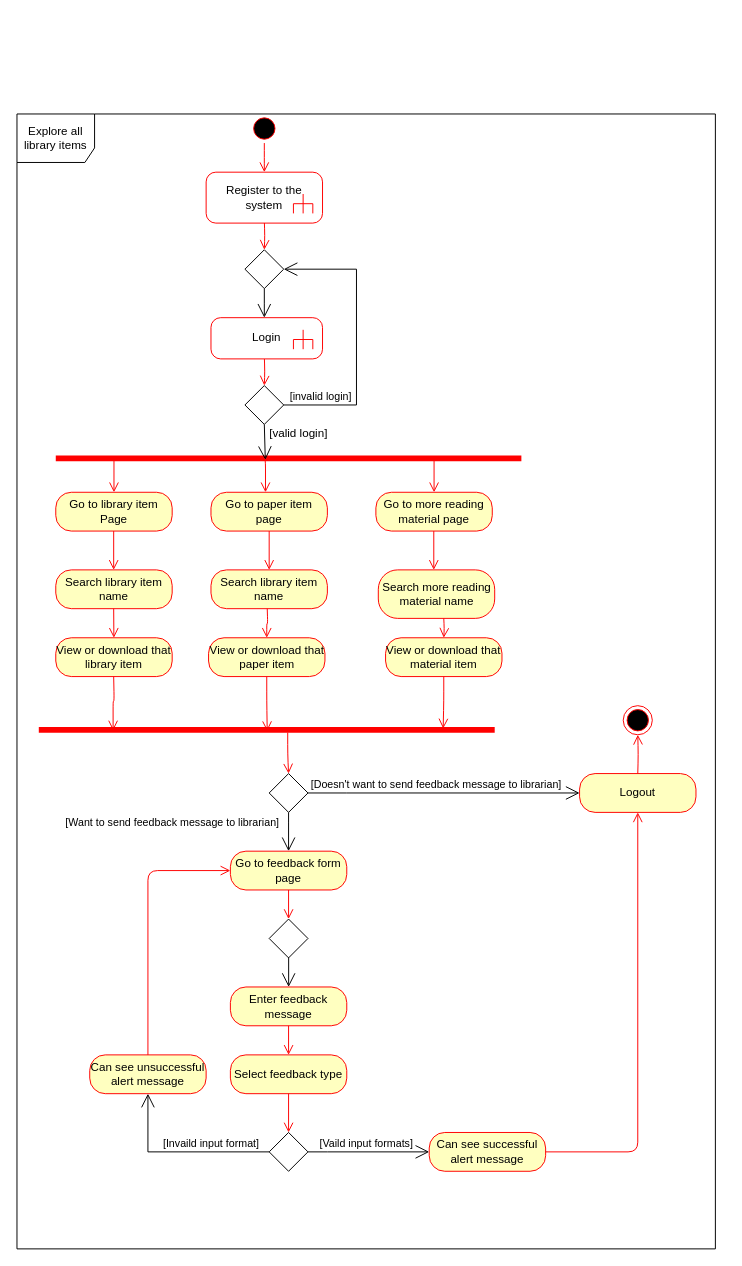
YuchiraJA/ITP-Project-Diagrams keeps this draw.io diagram as Activity Diagram - View Library items(Student).drawio. Above is the earlier version. Source tidied: cells renumbered, new cells numbered last; positions are measured from the earlier drawing's top-left corner, leaving out a move shared by most shapes. Both pictures are drawn from the tidied source at 97%, with x=0, y=0 at pixel (16, 113).
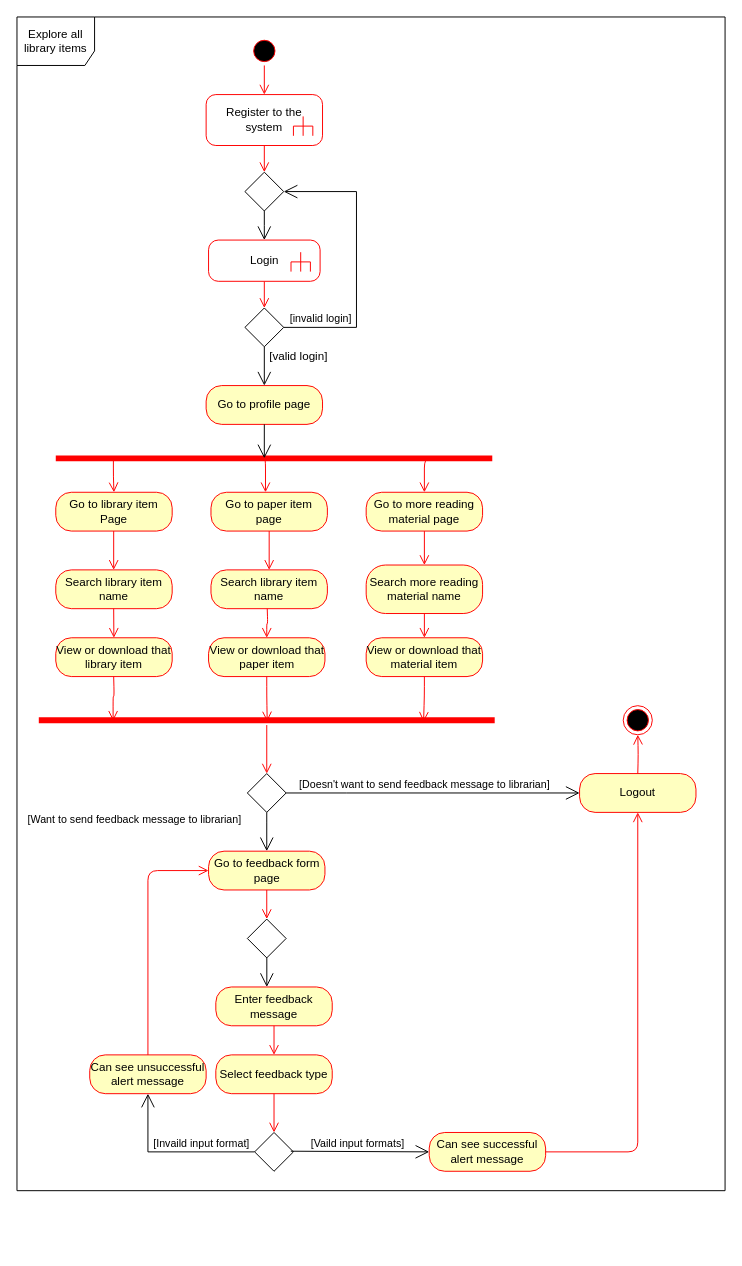
The same page after the edit.

The change refers to these unchanged cells:
```xml
<mxCell id="47" value="Can see successful alert message" style="rounded=1;whiteSpace=wrap;html=1;arcSize=40;fontColor=#000000;fillColor=#ffffc0;strokeColor=#ff0000;" parent="1" vertex="1">
  <mxGeometry x="425" y="1050" width="120" height="40" as="geometry" />
</mxCell>
<mxCell id="51" value="Go to library item Page" style="rounded=1;whiteSpace=wrap;html=1;arcSize=40;fontColor=#000000;fillColor=#ffffc0;strokeColor=#ff0000;" parent="1" vertex="1">
  <mxGeometry x="40" y="390" width="120" height="40" as="geometry" />
</mxCell>
```

Diff of the diagram source:
```diff
@@
     <mxCell id="2" style="ellipse;html=1;shape=startState;fillColor=#000000;strokeColor=#ff0000;" parent="1" vertex="1">
-      <mxGeometry x="240" width="30" height="30" as="geometry" />
+      <mxGeometry x="240" y="-80" width="30" height="30" as="geometry" />
     </mxCell>
-    <mxCell id="3" style="edgeStyle=orthogonalEdgeStyle;html=1;verticalAlign=bottom;endArrow=open;endSize=8;strokeColor=#ff0000;" parent="1" edge="1" source="2">
-      <mxGeometry relative="1" as="geometry">
-        <mxPoint x="255" y="60" as="targetPoint" />
-      </mxGeometry>
+    <mxCell id="3" style="edgeStyle=orthogonalEdgeStyle;html=1;verticalAlign=bottom;endArrow=open;endSize=8;strokeColor=#ff0000;" parent="1" edge="1" source="2" target="49">
+      <mxGeometry relative="1" as="geometry" />
     </mxCell>
-    <mxCell id="4" style="edgeStyle=orthogonalEdgeStyle;html=1;verticalAlign=bottom;endArrow=open;endSize=8;strokeColor=#ff0000;entryX=0.5;entryY=0;entryDx=0;entryDy=0;" parent="1" edge="1" target="6">
-      <mxGeometry relative="1" as="geometry">
-        <mxPoint x="255" y="110" as="sourcePoint" />
-      </mxGeometry>
+    <mxCell id="4" style="edgeStyle=orthogonalEdgeStyle;html=1;verticalAlign=bottom;endArrow=open;endSize=8;strokeColor=#ff0000;exitX=0.5;exitY=1;exitDx=0;exitDy=0;exitPerimeter=0;entryX=0.5;entryY=0;entryDx=0;entryDy=0;" parent="1" edge="1" source="49" target="6">
+      <mxGeometry relative="1" as="geometry" />
     </mxCell>
-    <mxCell id="5" style="edgeStyle=orthogonalEdgeStyle;html=1;verticalAlign=bottom;endArrow=open;endSize=8;strokeColor=#ff0000;exitX=0.5;exitY=1;exitDx=0;exitDy=0;entryX=0.5;entryY=0;entryDx=0;entryDy=0;" parent="1" edge="1" target="8">
-      <mxGeometry relative="1" as="geometry">
-        <mxPoint x="255" y="250" as="sourcePoint" />
-      </mxGeometry>
+    <mxCell id="5" style="edgeStyle=orthogonalEdgeStyle;html=1;verticalAlign=bottom;endArrow=open;endSize=8;strokeColor=#ff0000;exitX=0.5;exitY=1;exitDx=0;exitDy=0;exitPerimeter=0;entryX=0.5;entryY=0;entryDx=0;entryDy=0;" parent="1" edge="1" source="50" target="8">
+      <mxGeometry relative="1" as="geometry" />
     </mxCell>
     <mxCell id="6" style="shape=rhombus;html=1;verticalLabelPosition=bottom;verticalAlignment=top;" parent="1" vertex="1">
-      <mxGeometry x="235" y="140" width="40" height="40" as="geometry" />
+      <mxGeometry x="235" y="60" width="40" height="40" as="geometry" />
     </mxCell>
-    <mxCell id="7" style="edgeStyle=elbowEdgeStyle;html=1;elbow=vertical;verticalAlign=bottom;endArrow=open;rounded=0;labelBackgroundColor=none;endSize=12;exitX=0.5;exitY=1;exitDx=0;exitDy=0;entryX=0.5;entryY=0;entryDx=0;entryDy=0;" parent="1" edge="1" source="6">
-      <mxGeometry x="-0.01" y="15" relative="1" as="geometry">
-        <mxPoint x="255" y="210" as="targetPoint" />
-      </mxGeometry>
+    <mxCell id="7" style="edgeStyle=elbowEdgeStyle;html=1;elbow=vertical;verticalAlign=bottom;endArrow=open;rounded=0;labelBackgroundColor=none;endSize=12;exitX=0.5;exitY=1;exitDx=0;exitDy=0;" parent="1" edge="1" source="6" target="50">
+      <mxGeometry x="-0.01" y="15" relative="1" as="geometry" />
     </mxCell>
     <mxCell id="8" style="shape=rhombus;html=1;verticalLabelPosition=bottom;verticalAlignment=top;" parent="1" vertex="1">
-      <mxGeometry x="235" y="280" width="40" height="40" as="geometry" />
+      <mxGeometry x="235" y="200" width="40" height="40" as="geometry" />
     </mxCell>
@@
     <mxCell id="10" style="shape=line;html=1;strokeWidth=6;strokeColor=#ff0000;" parent="1" vertex="1">
-      <mxGeometry x="40" y="350" width="480" height="10" as="geometry" />
+      <mxGeometry x="40" y="350" width="450" height="10" as="geometry" />
     </mxCell>
@@
     <mxCell id="13" value="Go to more reading material page" style="rounded=1;whiteSpace=wrap;html=1;arcSize=40;fontColor=#000000;fillColor=#ffffc0;strokeColor=#ff0000;" parent="1" vertex="1">
-      <mxGeometry x="370" y="390" width="120" height="40" as="geometry" />
+      <mxGeometry x="360" y="390" width="120" height="40" as="geometry" />
     </mxCell>
-    <mxCell id="14" style="endArrow=open;endFill=1;endSize=12;html=1;exitX=0.5;exitY=1;exitDx=0;exitDy=0;entryX=0.45;entryY=0.671;entryDx=0;entryDy=0;entryPerimeter=0;" parent="1" edge="1" source="8" target="10">
-      <mxGeometry relative="1" as="geometry" />
+    <mxCell id="14" style="endArrow=open;endFill=1;endSize=12;html=1;exitX=0.5;exitY=1;exitDx=0;exitDy=0;" parent="1" edge="1" source="8">
+      <mxGeometry relative="1" as="geometry">
+        <mxPoint x="255" y="280" as="targetPoint" />
+      </mxGeometry>
     </mxCell>
     <mxCell id="15" value="[valid login]" style="text;html=1;align=center;verticalAlign=middle;" parent="1" vertex="1">
-      <mxGeometry x="250" y="320" width="80" height="20" as="geometry" />
+      <mxGeometry x="250" y="240" width="80" height="20" as="geometry" />
     </mxCell>
@@
     <mxCell id="18" value="Search more reading material name" style="rounded=1;whiteSpace=wrap;html=1;arcSize=40;fontColor=#000000;fillColor=#ffffc0;strokeColor=#ff0000;" parent="1" vertex="1">
-      <mxGeometry x="372.5" y="470" width="120" height="50" as="geometry" />
+      <mxGeometry x="360" y="465" width="120" height="50" as="geometry" />
     </mxCell>
-    <mxCell id="19" style="edgeStyle=orthogonalEdgeStyle;html=1;verticalAlign=bottom;endArrow=open;endSize=8;strokeColor=#ff0000;entryX=0.5;entryY=0;entryDx=0;entryDy=0;" parent="1" edge="1" target="25">
-      <mxGeometry relative="1" as="geometry">
-        <mxPoint x="440" y="520" as="sourcePoint" />
-      </mxGeometry>
+    <mxCell id="19" style="edgeStyle=orthogonalEdgeStyle;html=1;verticalAlign=bottom;endArrow=open;endSize=8;strokeColor=#ff0000;exitX=0.5;exitY=1;exitDx=0;exitDy=0;entryX=0.5;entryY=0;entryDx=0;entryDy=0;" parent="1" edge="1" source="18" target="25">
+      <mxGeometry relative="1" as="geometry" />
     </mxCell>
@@
-    <mxCell id="21" style="edgeStyle=orthogonalEdgeStyle;html=1;verticalAlign=bottom;endArrow=open;endSize=8;strokeColor=#ff0000;" parent="1" edge="1">
-      <mxGeometry relative="1" as="geometry">
-        <mxPoint x="429.7" y="430" as="sourcePoint" />
-        <mxPoint x="429.7" y="470" as="targetPoint" />
-      </mxGeometry>
+    <mxCell id="21" style="edgeStyle=orthogonalEdgeStyle;html=1;verticalAlign=bottom;endArrow=open;endSize=8;strokeColor=#ff0000;entryX=0.5;entryY=0;entryDx=0;entryDy=0;exitX=0.5;exitY=1;exitDx=0;exitDy=0;" parent="1" edge="1" source="13" target="18">
+      <mxGeometry relative="1" as="geometry" />
     </mxCell>
@@
     <mxCell id="25" value="View or download that material item" style="rounded=1;whiteSpace=wrap;html=1;arcSize=40;fontColor=#000000;fillColor=#ffffc0;strokeColor=#ff0000;" parent="1" vertex="1">
-      <mxGeometry x="380" y="540" width="120" height="40" as="geometry" />
+      <mxGeometry x="360" y="540" width="120" height="40" as="geometry" />
     </mxCell>
-    <mxCell id="26" style="edgeStyle=orthogonalEdgeStyle;html=1;verticalAlign=bottom;endArrow=open;endSize=8;strokeColor=#ff0000;exitX=0.5;exitY=1;exitDx=0;exitDy=0;entryX=0.887;entryY=0.352;entryDx=0;entryDy=0;entryPerimeter=0;" parent="1" edge="1" source="25" target="27">
+    <mxCell id="26" style="edgeStyle=orthogonalEdgeStyle;html=1;verticalAlign=bottom;endArrow=open;endSize=8;strokeColor=#ff0000;exitX=0.5;exitY=1;exitDx=0;exitDy=0;entryX=0.844;entryY=0.66;entryDx=0;entryDy=0;entryPerimeter=0;" parent="1" edge="1" source="25" target="27">
       <mxGeometry relative="1" as="geometry" />
     </mxCell>
     <mxCell id="27" style="shape=line;html=1;strokeWidth=6;strokeColor=#ff0000;" parent="1" vertex="1">
-      <mxGeometry x="22.5" y="630" width="470" height="10" as="geometry" />
+      <mxGeometry x="22.5" y="620" width="470" height="10" as="geometry" />
     </mxCell>
-    <mxCell id="28" style="edgeStyle=orthogonalEdgeStyle;html=1;verticalAlign=bottom;endArrow=open;endSize=8;strokeColor=#ff0000;entryX=0.5;entryY=0;entryDx=0;entryDy=0;exitX=0.546;exitY=0.766;exitDx=0;exitDy=0;exitPerimeter=0;" parent="1" edge="1" source="27" target="29">
+    <mxCell id="28" style="edgeStyle=orthogonalEdgeStyle;html=1;verticalAlign=bottom;endArrow=open;endSize=8;strokeColor=#ff0000;entryX=0.5;entryY=0;entryDx=0;entryDy=0;" parent="1" edge="1" source="27" target="29">
       <mxGeometry relative="1" as="geometry" />
     </mxCell>
     <mxCell id="29" style="shape=rhombus;html=1;verticalLabelPosition=bottom;verticalAlignment=top;" parent="1" vertex="1">
-      <mxGeometry x="260" y="680" width="40" height="40" as="geometry" />
+      <mxGeometry x="237.5" y="680" width="40" height="40" as="geometry" />
     </mxCell>
@@
-    <mxCell id="31" value="[Want to send feedback message to librarian]" style="edgeStyle=elbowEdgeStyle;html=1;elbow=vertical;verticalAlign=bottom;endArrow=open;rounded=0;labelBackgroundColor=none;endSize=12;" parent="1" edge="1" source="29">
-      <mxGeometry y="-120" relative="1" as="geometry">
-        <mxPoint x="280" y="760" as="targetPoint" />
+    <mxCell id="31" value="[Want to send feedback message to librarian]" style="edgeStyle=elbowEdgeStyle;html=1;elbow=vertical;verticalAlign=bottom;endArrow=open;rounded=0;labelBackgroundColor=none;endSize=12;entryX=0.5;entryY=0;entryDx=0;entryDy=0;exitX=0.5;exitY=1;exitDx=0;exitDy=0;" parent="1" edge="1" source="29" target="32">
+      <mxGeometry x="-0.68" y="-138" relative="1" as="geometry">
         <Array as="points">
+          <mxPoint x="260" y="730" />
+          <mxPoint x="250" y="720" />
           <mxPoint x="190" y="730" />
           <mxPoint x="280" y="755" />
         </Array>
+        <mxPoint x="1" y="10" as="offset" />
       </mxGeometry>
     </mxCell>
     <mxCell id="32" value="Go to feedback form page" style="rounded=1;whiteSpace=wrap;html=1;arcSize=40;fontColor=#000000;fillColor=#ffffc0;strokeColor=#ff0000;" parent="1" vertex="1">
-      <mxGeometry x="220" y="760" width="120" height="40" as="geometry" />
+      <mxGeometry x="197.5" y="760" width="120" height="40" as="geometry" />
     </mxCell>
@@
     <mxCell id="34" value="Enter feedback message" style="rounded=1;whiteSpace=wrap;html=1;arcSize=40;fontColor=#000000;fillColor=#ffffc0;strokeColor=#ff0000;" parent="1" vertex="1">
-      <mxGeometry x="220" y="900" width="120" height="40" as="geometry" />
+      <mxGeometry x="205" y="900" width="120" height="40" as="geometry" />
     </mxCell>
@@
     <mxCell id="36" style="shape=rhombus;html=1;verticalLabelPosition=bottom;verticalAlignment=top;" parent="1" vertex="1">
-      <mxGeometry x="260" y="830" width="40" height="40" as="geometry" />
+      <mxGeometry x="237.5" y="830" width="40" height="40" as="geometry" />
     </mxCell>
-    <mxCell id="37" style="edgeStyle=elbowEdgeStyle;html=1;elbow=vertical;verticalAlign=bottom;endArrow=open;rounded=0;labelBackgroundColor=none;endSize=12;exitX=0.502;exitY=0.99;exitDx=0;exitDy=0;exitPerimeter=0;entryX=0.5;entryY=0;entryDx=0;entryDy=0;" parent="1" edge="1" source="36" target="34">
+    <mxCell id="37" style="edgeStyle=elbowEdgeStyle;html=1;elbow=vertical;verticalAlign=bottom;endArrow=open;rounded=0;labelBackgroundColor=none;endSize=12;exitX=0.502;exitY=0.99;exitDx=0;exitDy=0;exitPerimeter=0;" parent="1" edge="1" source="36">
       <mxGeometry x="0.5" y="22" relative="1" as="geometry">
+        <mxPoint x="258" y="900" as="targetPoint" />
         <Array as="points">
           <mxPoint x="281" y="900" />
         </Array>
         <mxPoint x="-42" y="-10" as="offset" />
       </mxGeometry>
     </mxCell>
     <mxCell id="38" style="shape=rhombus;html=1;verticalLabelPosition=bottom;verticalAlignment=top;" parent="1" vertex="1">
-      <mxGeometry x="260" y="1050" width="40" height="40" as="geometry" />
+      <mxGeometry x="245" y="1050" width="40" height="40" as="geometry" />
     </mxCell>
-    <mxCell id="39" value="[Vaild input formats]" style="edgeStyle=elbowEdgeStyle;html=1;elbow=vertical;verticalAlign=bottom;endArrow=open;rounded=0;labelBackgroundColor=none;endSize=12;entryX=0;entryY=0.5;entryDx=0;entryDy=0;" parent="1" edge="1" target="47">
+    <mxCell id="39" value="[Vaild input formats]" style="edgeStyle=elbowEdgeStyle;html=1;elbow=vertical;verticalAlign=bottom;endArrow=open;rounded=0;labelBackgroundColor=none;endSize=12;entryX=0;entryY=0.5;entryDx=0;entryDy=0;exitX=0.933;exitY=0.483;exitDx=0;exitDy=0;exitPerimeter=0;" parent="1" edge="1" source="38" target="47">
       <mxGeometry x="-0.04" relative="1" as="geometry">
-        <mxPoint x="300" y="1070" as="sourcePoint" />
         <Array as="points">
           <mxPoint x="320" y="1070" />
           <mxPoint x="310" y="1020" />
         </Array>
       </mxGeometry>
     </mxCell>
@@
     <mxCell id="41" value="Explore all library items" style="shape=umlFrame;whiteSpace=wrap;html=1;width=80;height=50;" parent="1" vertex="1">
-      <mxGeometry width="720" height="1170" as="geometry" />
+      <mxGeometry y="-100" width="730" height="1210" as="geometry" />
     </mxCell>
     <mxCell id="42" value="Select feedback type" style="rounded=1;whiteSpace=wrap;html=1;arcSize=40;fontColor=#000000;fillColor=#ffffc0;strokeColor=#ff0000;" parent="1" vertex="1">
-      <mxGeometry x="220" y="970" width="120" height="40" as="geometry" />
+      <mxGeometry x="205" y="970" width="120" height="40" as="geometry" />
     </mxCell>
@@
     <mxCell id="49" value="&lt;span&gt;Register to the system&lt;/span&gt;" style="html=1;shape=mxgraph.sysml.callBehAct;whiteSpace=wrap;align=center;strokeColor=#FF0000;" parent="1" vertex="1">
-      <mxGeometry x="195" y="60" width="120" height="52.5" as="geometry" />
+      <mxGeometry x="195" y="-20" width="120" height="52.5" as="geometry" />
     </mxCell>
     <mxCell id="50" value="Login" style="html=1;shape=mxgraph.sysml.callBehAct;whiteSpace=wrap;align=center;strokeColor=#FF0000;" parent="1" vertex="1">
-      <mxGeometry x="200" y="210" width="115" height="42.5" as="geometry" />
+      <mxGeometry x="197.5" y="130" width="115" height="42.5" as="geometry" />
     </mxCell>
@@
-    <mxCell id="54" style="edgeStyle=orthogonalEdgeStyle;html=1;verticalAlign=bottom;endArrow=open;endSize=8;strokeColor=#ff0000;entryX=0.5;entryY=0;entryDx=0;entryDy=0;exitX=0.125;exitY=0.4;exitDx=0;exitDy=0;exitPerimeter=0;" parent="1" edge="1" source="10" target="51">
+    <mxCell id="54" style="edgeStyle=orthogonalEdgeStyle;html=1;verticalAlign=bottom;endArrow=open;endSize=8;strokeColor=#ff0000;entryX=0.5;entryY=0;entryDx=0;entryDy=0;exitX=0.132;exitY=0.271;exitDx=0;exitDy=0;exitPerimeter=0;" parent="1" edge="1" source="10" target="51">
       <mxGeometry relative="1" as="geometry" />
     </mxCell>
@@
+    <mxCell id="60" value="Go to profile page" style="rounded=1;whiteSpace=wrap;html=1;arcSize=40;fontColor=#000000;fillColor=#ffffc0;strokeColor=#ff0000;" parent="1" vertex="1">
+      <mxGeometry x="195" y="280" width="120" height="40" as="geometry" />
+    </mxCell>
+    <mxCell id="61" style="endArrow=open;endFill=1;endSize=12;html=1;" parent="1" edge="1">
+      <mxGeometry relative="1" as="geometry">
+        <mxPoint x="255" y="320" as="sourcePoint" />
+        <mxPoint x="255" y="355" as="targetPoint" />
+      </mxGeometry>
+    </mxCell>
```
